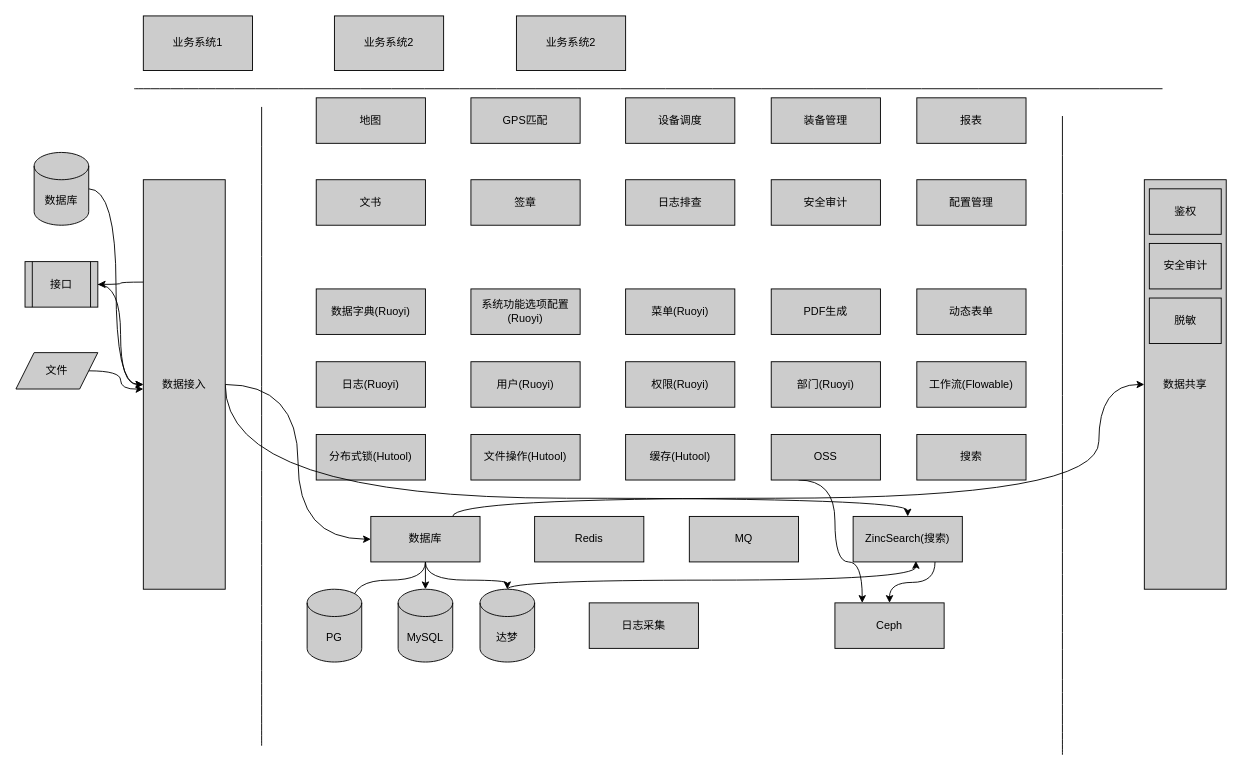
This is page "技术体系" (4 of 6) of doc/工程中心年终总结.drawio from jackyliu/design, a draw.io file, before an edit. Source tidied: cells renumbered, new cells numbered last; positions are measured from the earlier drawing's top-left corner, leaving out a move shared by most shapes. Both pictures are drawn from the tidied source at 91%, with x=0, y=0 at pixel (15, 15).
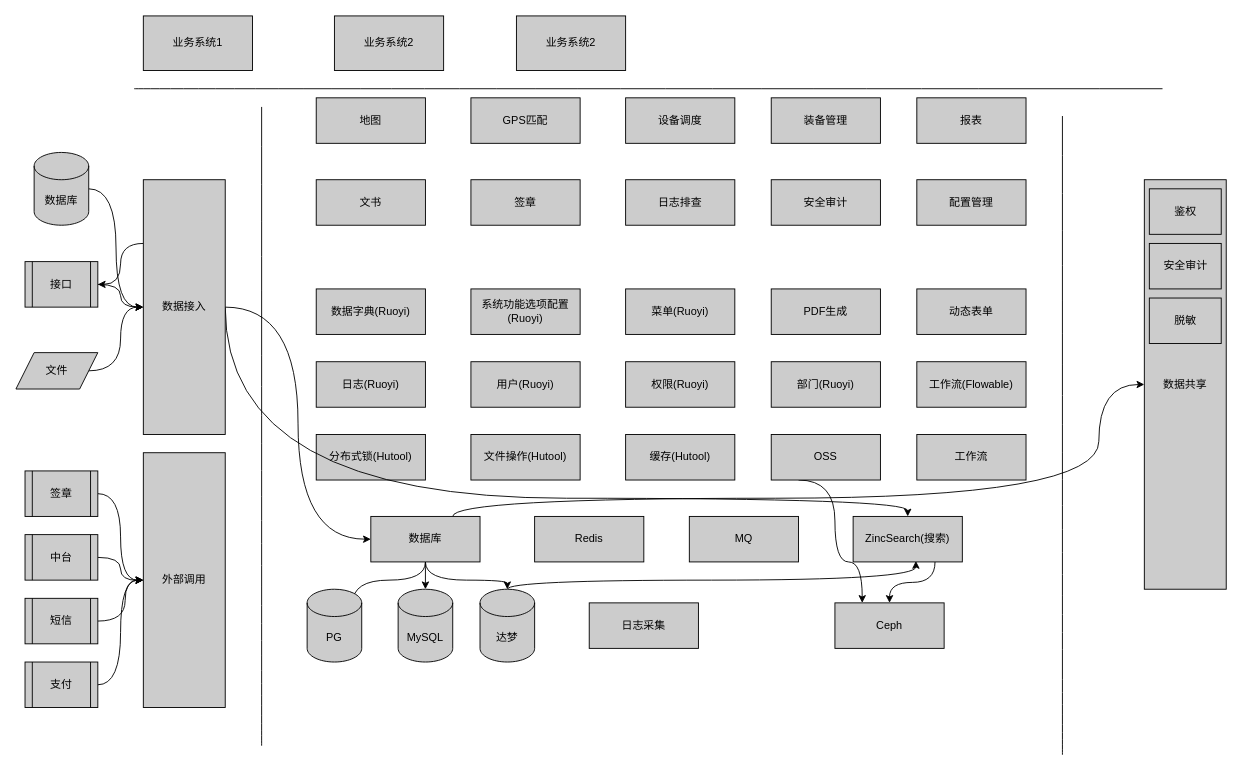
After the change.

The change refers to these unchanged cells:
```xml
<mxCell id="54" value="文件" style="shape=parallelogram;perimeter=parallelogramPerimeter;whiteSpace=wrap;html=1;fixedSize=1;fillColor=#CCCCCC;" parent="1" vertex="1">
  <mxGeometry y="370" width="90" height="40" as="geometry" />
</mxCell>
```

Diff of the diagram source:
```diff
@@
-    <mxCell id="22" value="搜索" style="rounded=0;whiteSpace=wrap;html=1;fillColor=#CCCCCC;" parent="1" vertex="1">
+    <mxCell id="22" value="工作流" style="rounded=0;whiteSpace=wrap;html=1;fillColor=#CCCCCC;" parent="1" vertex="1">
       <mxGeometry x="990" y="460" width="120" height="50" as="geometry" />
     </mxCell>
@@
     <mxCell id="50" value="数据接入" style="rounded=0;whiteSpace=wrap;html=1;fillColor=#CCCCCC;" parent="1" vertex="1">
-      <mxGeometry x="140" y="180" width="90" height="450" as="geometry" />
+      <mxGeometry x="140" y="180" width="90" height="280" as="geometry" />
     </mxCell>
@@
-    <mxCell id="53" style="edgeStyle=orthogonalEdgeStyle;curved=1;rounded=0;jettySize=auto;html=1;exitX=1;exitY=0.5;exitDx=0;exitDy=0;" parent="1" edge="1" source="54">
-      <mxGeometry relative="1" as="geometry">
-        <mxPoint x="140" y="410" as="targetPoint" />
-      </mxGeometry>
+    <mxCell id="53" style="edgeStyle=orthogonalEdgeStyle;curved=1;rounded=0;jettySize=auto;html=1;exitX=1;exitY=0.5;exitDx=0;exitDy=0;entryX=0;entryY=0.5;entryDx=0;entryDy=0;" parent="1" edge="1" source="54" target="50">
+      <mxGeometry relative="1" as="geometry" />
     </mxCell>
@@
+    <mxCell id="63" value="外部调用" style="rounded=0;whiteSpace=wrap;html=1;fillColor=#CCCCCC;" parent="1" vertex="1">
+      <mxGeometry x="140" y="480" width="90" height="280" as="geometry" />
+    </mxCell>
+    <mxCell id="64" style="edgeStyle=orthogonalEdgeStyle;curved=1;rounded=0;jettySize=auto;html=1;" parent="1" edge="1" source="65" target="63">
+      <mxGeometry relative="1" as="geometry" />
+    </mxCell>
+    <mxCell id="65" value="签章" style="shape=process;whiteSpace=wrap;html=1;backgroundOutline=1;fillColor=#CCCCCC;" parent="1" vertex="1">
+      <mxGeometry x="10" y="500" width="80" height="50" as="geometry" />
+    </mxCell>
+    <mxCell id="66" style="edgeStyle=orthogonalEdgeStyle;curved=1;rounded=0;jettySize=auto;html=1;" parent="1" edge="1" source="67">
+      <mxGeometry relative="1" as="geometry">
+        <mxPoint x="140" y="620" as="targetPoint" />
+      </mxGeometry>
+    </mxCell>
+    <mxCell id="67" value="中台" style="shape=process;whiteSpace=wrap;html=1;backgroundOutline=1;fillColor=#CCCCCC;" parent="1" vertex="1">
+      <mxGeometry x="10" y="570" width="80" height="50" as="geometry" />
+    </mxCell>
+    <mxCell id="68" style="edgeStyle=orthogonalEdgeStyle;curved=1;rounded=0;jettySize=auto;html=1;exitX=1;exitY=0.5;exitDx=0;exitDy=0;" parent="1" edge="1" source="69">
+      <mxGeometry relative="1" as="geometry">
+        <mxPoint x="140" y="620" as="targetPoint" />
+        <Array as="points">
+          <mxPoint x="120" y="665" />
+          <mxPoint x="120" y="620" />
+        </Array>
+      </mxGeometry>
+    </mxCell>
+    <mxCell id="69" value="短信" style="shape=process;whiteSpace=wrap;html=1;backgroundOutline=1;fillColor=#CCCCCC;" parent="1" vertex="1">
+      <mxGeometry x="10" y="640" width="80" height="50" as="geometry" />
+    </mxCell>
+    <mxCell id="70" style="edgeStyle=orthogonalEdgeStyle;curved=1;rounded=0;jettySize=auto;html=1;entryX=0;entryY=0.5;entryDx=0;entryDy=0;" parent="1" edge="1" source="71" target="63">
+      <mxGeometry relative="1" as="geometry" />
+    </mxCell>
+    <mxCell id="71" value="支付" style="shape=process;whiteSpace=wrap;html=1;backgroundOutline=1;fillColor=#CCCCCC;" parent="1" vertex="1">
+      <mxGeometry x="10" y="710" width="80" height="50" as="geometry" />
+    </mxCell>
```
